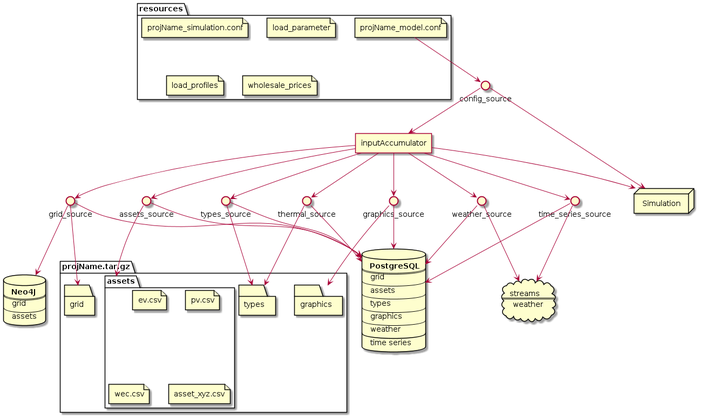
The PlantUML diagram docs/readthedocs/_static/figures/uml/InputDataDeployment.png in ie3-institute/PowerSystemDataModel, before a commit. Its diagram source:
```plantuml
@startuml
database psql [
    <b> PostgreSQL
    ==
    grid
    --
    assets
    --
    types
    --
    graphics
    --
    weather
    __
    time series
]
database neo4j [
    <b> Neo4J
    ==
    grid
    --
    assets
]
folder projName.tar.gz {
folder assets {
file ev.csv
file pv.csv
file wec.csv
file asset_xyz.csv
}
folder grid
folder types
folder graphics
}
folder resources {
file projName_model.conf
file projName_simulation.conf
file load_parameter
file load_profiles
file wholesale_prices
}
cloud streams [
streams
==
weather
]
interface grid_source
interface assets_source
interface types_source
interface thermal_source
interface graphics_source
interface weather_source
interface time_series_source
interface config_source
agent inputAccumulator
node "Simulation"

grid_source --> psql
grid_source --> neo4j
grid_source --> grid

assets_source --> psql
assets_source --> assets

types_source --> psql
types_source --> types

thermal_source --> psql
thermal_source --> types

graphics_source --> psql
graphics_source --> graphics

weather_source --> psql
weather_source --> streams

time_series_source --> psql
time_series_source --> streams

config_source --> inputAccumulator

inputAccumulator --> grid_source
inputAccumulator --> assets_source
inputAccumulator --> types_source
inputAccumulator --> graphics_source
inputAccumulator --> weather_source
inputAccumulator --> time_series_source
inputAccumulator --> thermal_source

projName_model.conf --> config_source

config_source --> Simulation

inputAccumulator --> Simulation

@enduml
```
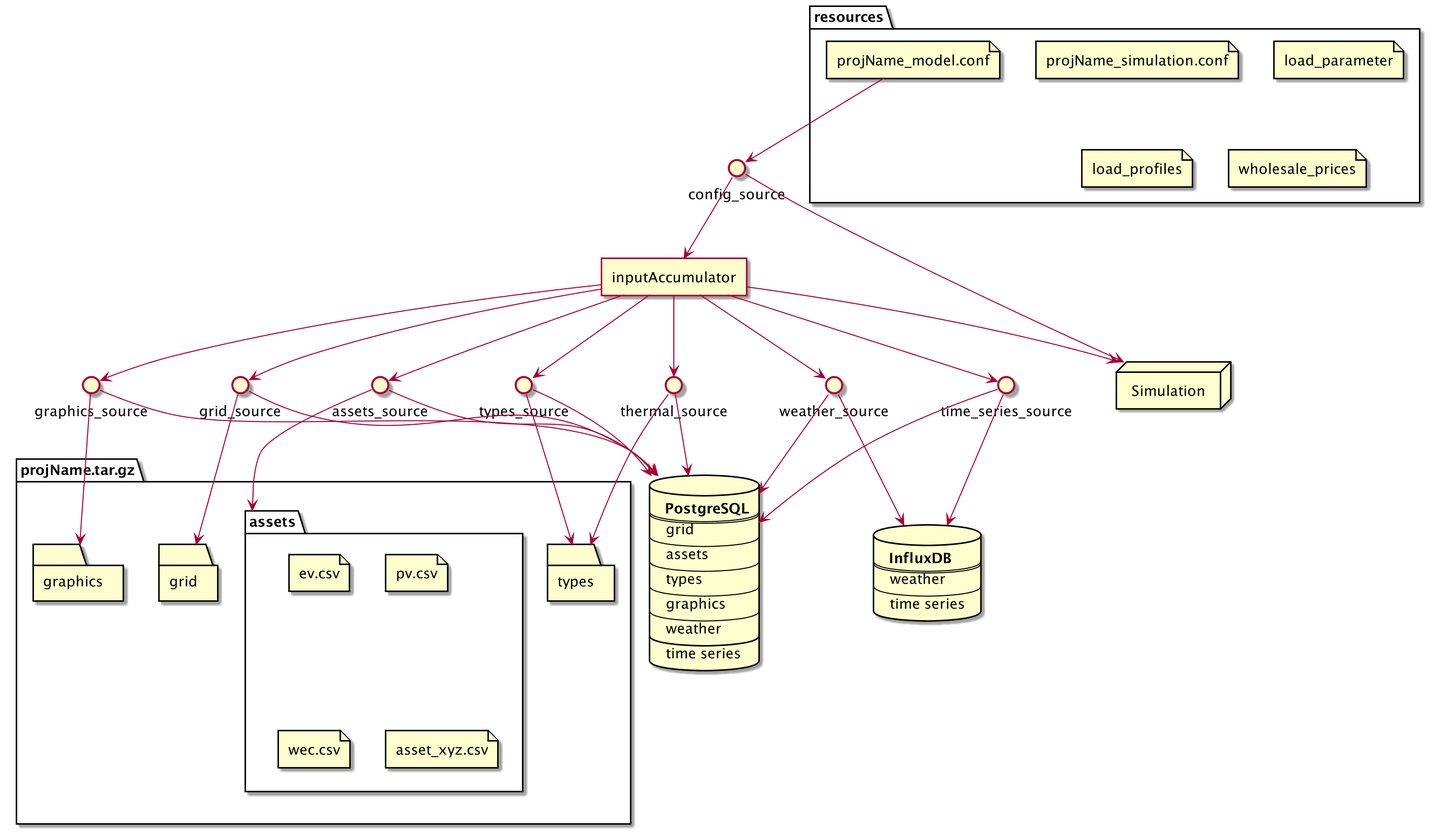
The same file after the commit.

The edit, as a diff of the source:
```diff
@@ -1,4 +1,7 @@
 @startuml
+scale 2048 width
+scale 1538 height
+
 database psql [
     <b> PostgreSQL
     ==
@@ -14,13 +17,14 @@
     __
     time series
 ]
-database neo4j [
-    <b> Neo4J
+database influxdb [
+    <b> InfluxDB
     ==
-    grid
+    weather
     --
-    assets
+    time series
 ]
+
 folder projName.tar.gz {
 folder assets {
 file ev.csv
@@ -39,11 +43,6 @@
 file load_profiles
 file wholesale_prices
 }
-cloud streams [
-streams
-==
-weather
-]
 interface grid_source
 interface assets_source
 interface types_source
@@ -56,7 +55,6 @@
 node "Simulation"
 
 grid_source --> psql
-grid_source --> neo4j
 grid_source --> grid
 
 assets_source --> psql
@@ -72,10 +70,10 @@
 graphics_source --> graphics
 
 weather_source --> psql
-weather_source --> streams
+weather_source --> influxdb
 
 time_series_source --> psql
-time_series_source --> streams
+time_series_source --> influxdb
 
 config_source --> inputAccumulator
 
```
